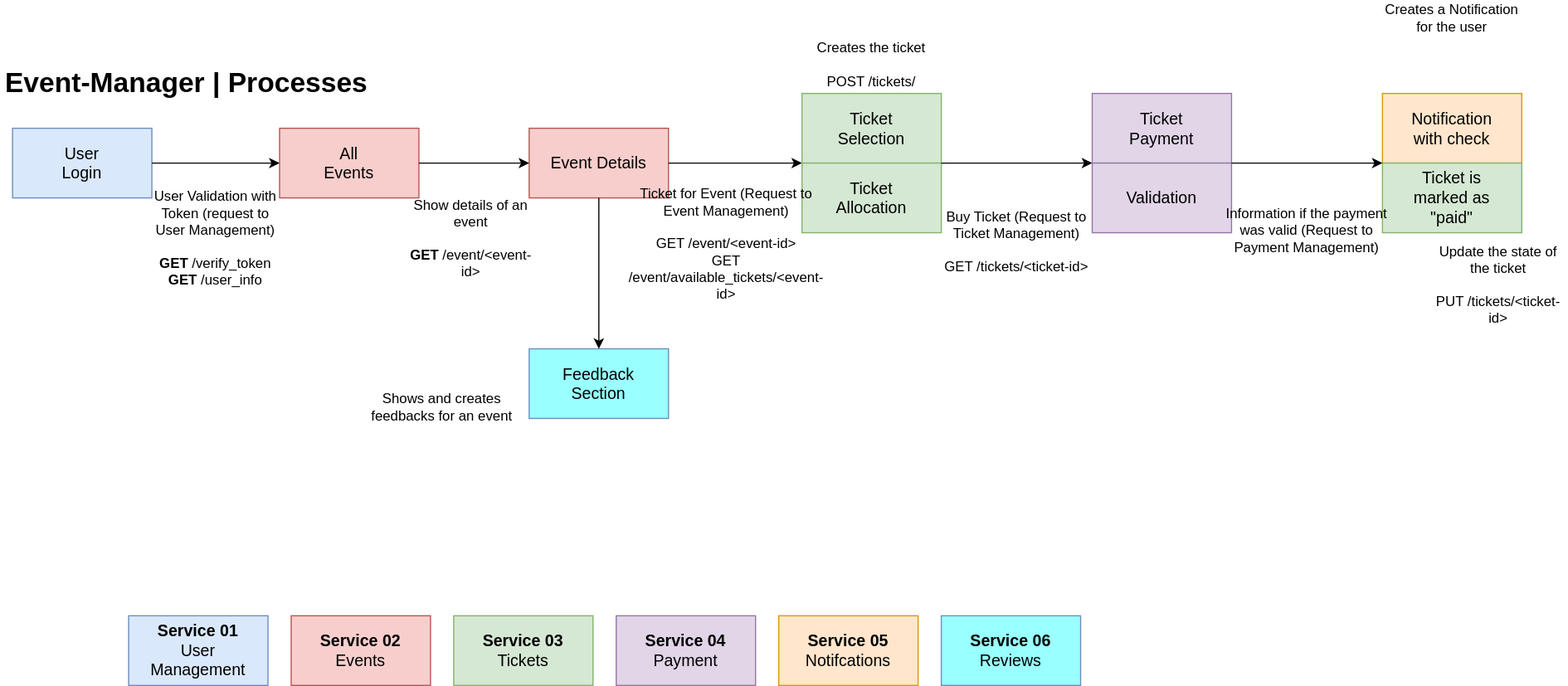
Earlier version of the draw.io export Process_Detailed.drawio.svg (zVSciy/EventManager). Source tidied: cells renumbered, new cells last; positions are measured from the earlier drawing's top-left corner, leaving out a move shared by most shapes.
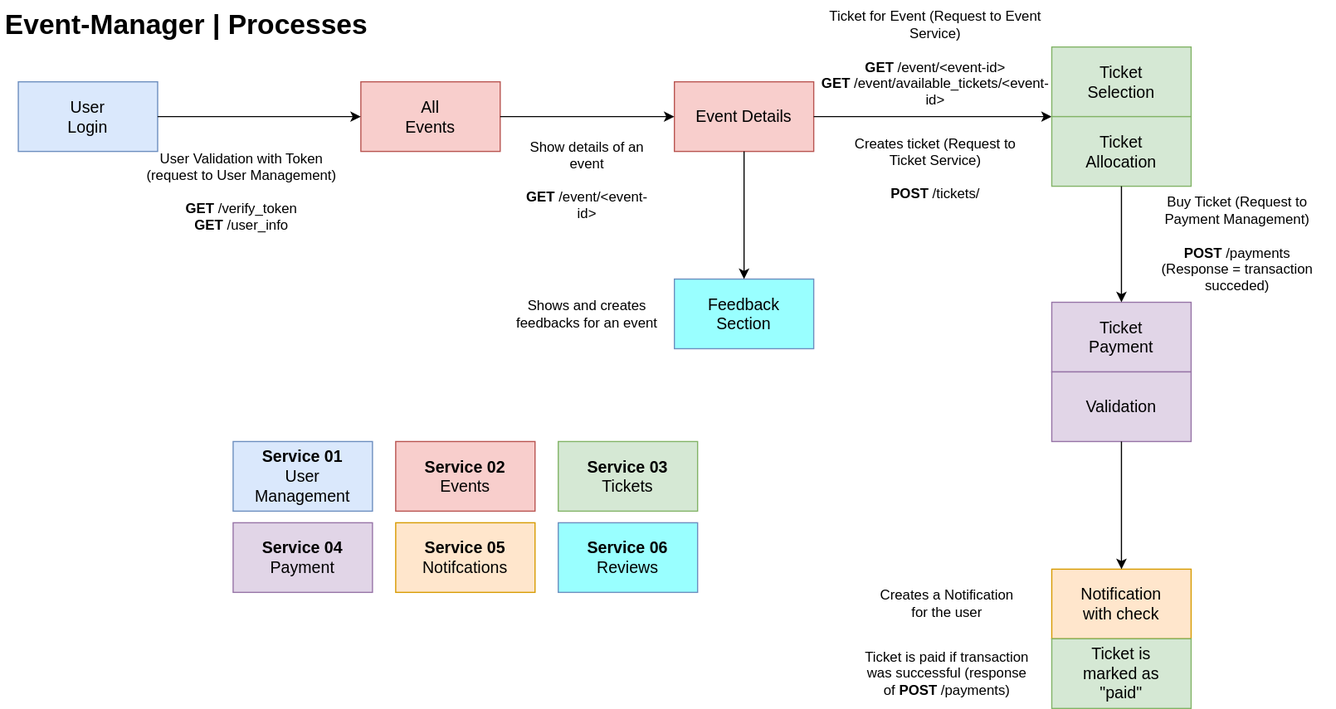
Later version of the same file.

The edit, as a diff of the source:
```diff
@@ -3,10 +3,10 @@
     <mxCell id="0" />
     <mxCell id="1" parent="0" />
     <mxCell id="2" style="rounded=0;whiteSpace=wrap;html=1;fillColor=#dae8fc;strokeColor=#6c8ebf;" parent="1" vertex="1">
-      <mxGeometry x="10" y="110" width="120" height="60" as="geometry" />
+      <mxGeometry x="15" y="120" width="120" height="60" as="geometry" />
     </mxCell>
     <mxCell id="3" style="rounded=0;whiteSpace=wrap;html=1;fillColor=#f8cecc;strokeColor=#b85450;" parent="1" vertex="1">
-      <mxGeometry x="240" y="110" width="120" height="60" as="geometry" />
+      <mxGeometry x="310" y="120" width="120" height="60" as="geometry" />
     </mxCell>
     <mxCell id="4" style="endArrow=classic;html=1;rounded=0;exitX=1;exitY=0.5;exitDx=0;exitDy=0;entryX=0;entryY=0.5;entryDx=0;entryDy=0;" parent="1" edge="1" source="2" target="3">
       <mxGeometry relative="1" as="geometry" />
@@ -15,136 +15,133 @@
       <mxGeometry y="50" width="320" height="40" as="geometry" />
     </mxCell>
     <mxCell id="6" value="&lt;span style=&quot;font-size: 14px;&quot;&gt;User&lt;/span&gt;&lt;br&gt;&lt;div&gt;&lt;font style=&quot;font-size: 14px;&quot;&gt;Login&lt;/font&gt;&lt;/div&gt;" style="text;html=1;align=center;verticalAlign=middle;whiteSpace=wrap;rounded=0;" parent="1" vertex="1">
-      <mxGeometry x="20" y="120" width="100" height="40" as="geometry" />
+      <mxGeometry x="25" y="130" width="100" height="40" as="geometry" />
     </mxCell>
     <mxCell id="7" value="&lt;span style=&quot;font-size: 14px;&quot;&gt;All&lt;/span&gt;&lt;div&gt;&lt;span style=&quot;font-size: 14px;&quot;&gt;Events&lt;/span&gt;&lt;/div&gt;" style="text;html=1;align=center;verticalAlign=middle;whiteSpace=wrap;rounded=0;" parent="1" vertex="1">
-      <mxGeometry x="250" y="120" width="100" height="40" as="geometry" />
+      <mxGeometry x="320" y="130" width="100" height="40" as="geometry" />
     </mxCell>
     <mxCell id="8" style="rounded=0;whiteSpace=wrap;html=1;fillColor=#f8cecc;strokeColor=#b85450;" parent="1" vertex="1">
-      <mxGeometry x="455" y="110" width="120" height="60" as="geometry" />
+      <mxGeometry x="580" y="120" width="120" height="60" as="geometry" />
     </mxCell>
     <mxCell id="9" value="&lt;span style=&quot;font-size: 14px;&quot;&gt;Event Details&lt;/span&gt;" style="text;html=1;align=center;verticalAlign=middle;whiteSpace=wrap;rounded=0;" parent="1" vertex="1">
-      <mxGeometry x="465" y="120" width="100" height="40" as="geometry" />
+      <mxGeometry x="590" y="130" width="100" height="40" as="geometry" />
     </mxCell>
     <mxCell id="10" style="endArrow=classic;html=1;rounded=0;exitX=1;exitY=0.5;exitDx=0;exitDy=0;entryX=0;entryY=0;entryDx=0;entryDy=0;" parent="1" edge="1" source="8" target="31">
       <mxGeometry relative="1" as="geometry" />
     </mxCell>
     <mxCell id="11" style="rounded=0;whiteSpace=wrap;html=1;fillColor=#ffe6cc;strokeColor=#d79b00;" parent="1" vertex="1">
-      <mxGeometry x="1190" y="80" width="120" height="60" as="geometry" />
+      <mxGeometry x="905" y="540" width="120" height="60" as="geometry" />
     </mxCell>
     <mxCell id="12" value="&lt;span style=&quot;font-size: 14px;&quot;&gt;Notification with check&lt;/span&gt;" style="text;html=1;align=center;verticalAlign=middle;whiteSpace=wrap;rounded=0;" parent="1" vertex="1">
-      <mxGeometry x="1200" y="90" width="100" height="40" as="geometry" />
+      <mxGeometry x="915" y="550" width="100" height="40" as="geometry" />
     </mxCell>
     <mxCell id="13" style="rounded=0;whiteSpace=wrap;html=1;fillColor=#d5e8d4;strokeColor=#82b366;" parent="1" vertex="1">
-      <mxGeometry x="1190" y="140" width="120" height="60" as="geometry" />
+      <mxGeometry x="905" y="600" width="120" height="60" as="geometry" />
     </mxCell>
     <mxCell id="14" value="&lt;span style=&quot;font-size: 14px;&quot;&gt;Ticket is marked as &quot;paid&quot;&lt;/span&gt;" style="text;html=1;align=center;verticalAlign=middle;whiteSpace=wrap;rounded=0;" parent="1" vertex="1">
-      <mxGeometry x="1200" y="150" width="100" height="40" as="geometry" />
+      <mxGeometry x="915" y="610" width="100" height="40" as="geometry" />
     </mxCell>
     <mxCell id="15" style="rounded=0;whiteSpace=wrap;html=1;fillColor=#dae8fc;strokeColor=#6c8ebf;" parent="1" vertex="1">
-      <mxGeometry x="110" y="530" width="120" height="60" as="geometry" />
+      <mxGeometry x="200" y="430" width="120" height="60" as="geometry" />
     </mxCell>
     <mxCell id="16" value="&lt;span style=&quot;font-size: 14px;&quot;&gt;&lt;b&gt;Service 01&lt;/b&gt;&lt;/span&gt;&lt;div&gt;&lt;span style=&quot;font-size: 14px;&quot;&gt;User Management&lt;/span&gt;&lt;/div&gt;" style="text;html=1;align=center;verticalAlign=middle;whiteSpace=wrap;rounded=0;" parent="1" vertex="1">
-      <mxGeometry x="120" y="540" width="100" height="40" as="geometry" />
+      <mxGeometry x="210" y="440" width="100" height="40" as="geometry" />
     </mxCell>
     <mxCell id="17" style="rounded=0;whiteSpace=wrap;html=1;fillColor=#f8cecc;strokeColor=#b85450;" parent="1" vertex="1">
-      <mxGeometry x="250" y="530" width="120" height="60" as="geometry" />
+      <mxGeometry x="340" y="430" width="120" height="60" as="geometry" />
     </mxCell>
     <mxCell id="18" value="&lt;span style=&quot;font-size: 14px;&quot;&gt;&lt;b&gt;Service 02&lt;/b&gt;&lt;/span&gt;&lt;div&gt;&lt;span style=&quot;font-size: 14px;&quot;&gt;Events&lt;/span&gt;&lt;/div&gt;" style="text;html=1;align=center;verticalAlign=middle;whiteSpace=wrap;rounded=0;" parent="1" vertex="1">
-      <mxGeometry x="260" y="540" width="100" height="40" as="geometry" />
+      <mxGeometry x="350" y="440" width="100" height="40" as="geometry" />
     </mxCell>
     <mxCell id="19" style="rounded=0;whiteSpace=wrap;html=1;fillColor=#d5e8d4;strokeColor=#82b366;" parent="1" vertex="1">
-      <mxGeometry x="390" y="530" width="120" height="60" as="geometry" />
+      <mxGeometry x="480" y="430" width="120" height="60" as="geometry" />
     </mxCell>
     <mxCell id="20" value="&lt;span style=&quot;font-size: 14px;&quot;&gt;&lt;b&gt;Service 03&lt;/b&gt;&lt;/span&gt;&lt;div&gt;&lt;span style=&quot;font-size: 14px; background-color: initial;&quot;&gt;Tickets&lt;/span&gt;&lt;/div&gt;" style="text;html=1;align=center;verticalAlign=middle;whiteSpace=wrap;rounded=0;" parent="1" vertex="1">
-      <mxGeometry x="400" y="540" width="100" height="40" as="geometry" />
+      <mxGeometry x="490" y="440" width="100" height="40" as="geometry" />
     </mxCell>
     <mxCell id="21" style="rounded=0;whiteSpace=wrap;html=1;fillColor=#e1d5e7;strokeColor=#9673a6;" parent="1" vertex="1">
-      <mxGeometry x="530" y="530" width="120" height="60" as="geometry" />
+      <mxGeometry x="200" y="500" width="120" height="60" as="geometry" />
     </mxCell>
     <mxCell id="22" value="&lt;div&gt;&lt;span style=&quot;font-size: 14px;&quot;&gt;&lt;b&gt;Service 04&lt;/b&gt;&lt;/span&gt;&lt;/div&gt;&lt;span style=&quot;font-size: 14px;&quot;&gt;Payment&lt;/span&gt;" style="text;html=1;align=center;verticalAlign=middle;whiteSpace=wrap;rounded=0;" parent="1" vertex="1">
-      <mxGeometry x="540" y="540" width="100" height="40" as="geometry" />
+      <mxGeometry x="210" y="510" width="100" height="40" as="geometry" />
     </mxCell>
     <mxCell id="23" style="rounded=0;whiteSpace=wrap;html=1;fillColor=#ffe6cc;strokeColor=#d79b00;" parent="1" vertex="1">
-      <mxGeometry x="670" y="530" width="120" height="60" as="geometry" />
+      <mxGeometry x="340" y="500" width="120" height="60" as="geometry" />
     </mxCell>
     <mxCell id="24" value="&lt;span style=&quot;font-size: 14px;&quot;&gt;&lt;b&gt;Service 05&lt;/b&gt;&lt;/span&gt;&lt;div&gt;&lt;span style=&quot;font-size: 14px;&quot;&gt;Notifcations&lt;/span&gt;&lt;/div&gt;" style="text;html=1;align=center;verticalAlign=middle;whiteSpace=wrap;rounded=0;" parent="1" vertex="1">
-      <mxGeometry x="680" y="540" width="100" height="40" as="geometry" />
+      <mxGeometry x="350" y="510" width="100" height="40" as="geometry" />
     </mxCell>
     <mxCell id="25" style="rounded=0;whiteSpace=wrap;html=1;fillColor=#99FFFF;strokeColor=#6c8ebf;" parent="1" vertex="1">
-      <mxGeometry x="810" y="530" width="120" height="60" as="geometry" />
+      <mxGeometry x="480" y="500" width="120" height="60" as="geometry" />
     </mxCell>
     <mxCell id="26" value="&lt;span style=&quot;font-size: 14px;&quot;&gt;&lt;b&gt;Service 06&lt;/b&gt;&lt;/span&gt;&lt;div&gt;&lt;span style=&quot;font-size: 14px;&quot;&gt;Reviews&lt;/span&gt;&lt;/div&gt;" style="text;html=1;align=center;verticalAlign=middle;whiteSpace=wrap;rounded=0;" parent="1" vertex="1">
-      <mxGeometry x="820" y="540" width="100" height="40" as="geometry" />
+      <mxGeometry x="490" y="510" width="100" height="40" as="geometry" />
     </mxCell>
     <mxCell id="27" style="rounded=0;whiteSpace=wrap;html=1;fillColor=#d5e8d4;strokeColor=#82b366;" parent="1" vertex="1">
-      <mxGeometry x="690" y="80" width="120" height="60" as="geometry" />
+      <mxGeometry x="905" y="90" width="120" height="60" as="geometry" />
     </mxCell>
     <mxCell id="28" value="&lt;span style=&quot;font-size: 14px;&quot;&gt;Ticket&lt;/span&gt;&lt;div&gt;&lt;span style=&quot;font-size: 14px;&quot;&gt;Selection&lt;/span&gt;&lt;/div&gt;" style="text;html=1;align=center;verticalAlign=middle;whiteSpace=wrap;rounded=0;" parent="1" vertex="1">
-      <mxGeometry x="700" y="90" width="100" height="40" as="geometry" />
+      <mxGeometry x="915" y="100" width="100" height="40" as="geometry" />
     </mxCell>
     <mxCell id="29" style="rounded=0;whiteSpace=wrap;html=1;fillColor=#e1d5e7;strokeColor=#9673a6;" parent="1" vertex="1">
-      <mxGeometry x="940" y="80" width="120" height="60" as="geometry" />
+      <mxGeometry x="905" y="310" width="120" height="60" as="geometry" />
     </mxCell>
     <mxCell id="30" value="&lt;div&gt;&lt;span style=&quot;font-size: 14px;&quot;&gt;Ticket&lt;/span&gt;&lt;/div&gt;&lt;span style=&quot;font-size: 14px;&quot;&gt;Payment&lt;/span&gt;" style="text;html=1;align=center;verticalAlign=middle;whiteSpace=wrap;rounded=0;" parent="1" vertex="1">
-      <mxGeometry x="950" y="90" width="100" height="40" as="geometry" />
+      <mxGeometry x="915" y="320" width="100" height="40" as="geometry" />
     </mxCell>
     <mxCell id="31" style="rounded=0;whiteSpace=wrap;html=1;fillColor=#d5e8d4;strokeColor=#82b366;" parent="1" vertex="1">
-      <mxGeometry x="690" y="140" width="120" height="60" as="geometry" />
+      <mxGeometry x="905" y="150" width="120" height="60" as="geometry" />
     </mxCell>
     <mxCell id="32" value="&lt;span style=&quot;font-size: 14px;&quot;&gt;Ticket Allocation&lt;/span&gt;" style="text;html=1;align=center;verticalAlign=middle;whiteSpace=wrap;rounded=0;" parent="1" vertex="1">
-      <mxGeometry x="700" y="150" width="100" height="40" as="geometry" />
+      <mxGeometry x="915" y="160" width="100" height="40" as="geometry" />
     </mxCell>
-    <mxCell id="33" style="endArrow=classic;html=1;rounded=0;exitX=1;exitY=0;exitDx=0;exitDy=0;entryX=0;entryY=1;entryDx=0;entryDy=0;" parent="1" edge="1" source="31" target="29">
+    <mxCell id="33" style="endArrow=classic;html=1;rounded=0;exitX=0.5;exitY=1;exitDx=0;exitDy=0;entryX=0.5;entryY=0;entryDx=0;entryDy=0;" parent="1" edge="1" source="31" target="29">
       <mxGeometry relative="1" as="geometry" />
     </mxCell>
     <mxCell id="34" style="rounded=0;whiteSpace=wrap;html=1;fillColor=#e1d5e7;strokeColor=#9673a6;" parent="1" vertex="1">
-      <mxGeometry x="940" y="140" width="120" height="60" as="geometry" />
+      <mxGeometry x="905" y="370" width="120" height="60" as="geometry" />
     </mxCell>
     <mxCell id="35" value="&lt;div&gt;&lt;span style=&quot;font-size: 14px;&quot;&gt;Validation&lt;/span&gt;&lt;/div&gt;" style="text;html=1;align=center;verticalAlign=middle;whiteSpace=wrap;rounded=0;" parent="1" vertex="1">
-      <mxGeometry x="950" y="150" width="100" height="40" as="geometry" />
+      <mxGeometry x="915" y="380" width="100" height="40" as="geometry" />
     </mxCell>
     <mxCell id="36" style="rounded=0;whiteSpace=wrap;html=1;fillColor=#99FFFF;strokeColor=#6c8ebf;" parent="1" vertex="1">
-      <mxGeometry x="455" y="300" width="120" height="60" as="geometry" />
+      <mxGeometry x="580" y="290" width="120" height="60" as="geometry" />
     </mxCell>
     <mxCell id="37" value="&lt;span style=&quot;font-size: 14px;&quot;&gt;Feedback&lt;/span&gt;&lt;div&gt;&lt;span style=&quot;font-size: 14px;&quot;&gt;Section&lt;/span&gt;&lt;/div&gt;" style="text;html=1;align=center;verticalAlign=middle;whiteSpace=wrap;rounded=0;" parent="1" vertex="1">
-      <mxGeometry x="465" y="310" width="100" height="40" as="geometry" />
+      <mxGeometry x="590" y="300" width="100" height="40" as="geometry" />
     </mxCell>
-    <mxCell id="38" style="endArrow=classic;html=1;rounded=0;exitX=1;exitY=0;exitDx=0;exitDy=0;entryX=0;entryY=0;entryDx=0;entryDy=0;" parent="1" edge="1" source="34" target="13">
+    <mxCell id="38" style="endArrow=classic;html=1;rounded=0;exitX=0.5;exitY=1;exitDx=0;exitDy=0;entryX=0.5;entryY=0;entryDx=0;entryDy=0;" parent="1" edge="1" source="34" target="11">
       <mxGeometry relative="1" as="geometry" />
     </mxCell>
     <mxCell id="39" value="User Validation with Token (request to User Management)&lt;div&gt;&lt;br&gt;&lt;/div&gt;&lt;div&gt;&lt;b&gt;GET&lt;/b&gt; /verify_token&lt;/div&gt;&lt;div&gt;&lt;b&gt;GET &lt;/b&gt;/user_info&lt;/div&gt;" style="text;html=1;align=center;verticalAlign=middle;whiteSpace=wrap;rounded=0;" parent="1" vertex="1">
-      <mxGeometry x="130" y="170" width="110" height="70" as="geometry" />
+      <mxGeometry x="120" y="180" width="175" height="70" as="geometry" />
     </mxCell>
     <mxCell id="40" style="endArrow=classic;html=1;rounded=0;exitX=1;exitY=0.5;exitDx=0;exitDy=0;entryX=0;entryY=0.5;entryDx=0;entryDy=0;" parent="1" edge="1" source="3" target="8">
       <mxGeometry relative="1" as="geometry" />
     </mxCell>
     <mxCell id="41" value="&lt;div&gt;Show details of an event&lt;/div&gt;&lt;div&gt;&lt;br&gt;&lt;/div&gt;&lt;div&gt;&lt;b&gt;GET &lt;/b&gt;/event/&amp;lt;event-id&amp;gt;&lt;/div&gt;" style="text;html=1;align=center;verticalAlign=middle;whiteSpace=wrap;rounded=0;" parent="1" vertex="1">
-      <mxGeometry x="350" y="170" width="110" height="70" as="geometry" />
+      <mxGeometry x="450" y="170" width="110" height="70" as="geometry" />
     </mxCell>
     <mxCell id="42" style="endArrow=classic;html=1;rounded=0;exitX=0.5;exitY=1;exitDx=0;exitDy=0;entryX=0.5;entryY=0;entryDx=0;entryDy=0;" parent="1" edge="1" source="8" target="36">
       <mxGeometry relative="1" as="geometry" />
     </mxCell>
-    <mxCell id="43" value="&lt;div&gt;Ticket for Event (Request to Event Management)&lt;/div&gt;&lt;div&gt;&lt;br&gt;&lt;/div&gt;&lt;div&gt;GET /event/&amp;lt;event-id&amp;gt;&lt;/div&gt;&lt;div&gt;GET /event/available_tickets/&amp;lt;event-id&amp;gt;&lt;br&gt;&lt;/div&gt;" style="text;html=1;align=center;verticalAlign=middle;whiteSpace=wrap;rounded=0;" parent="1" vertex="1">
-      <mxGeometry x="550" y="170" width="150" height="80" as="geometry" />
+    <mxCell id="43" value="&lt;div&gt;Ticket for Event (Request to Event Service)&lt;/div&gt;&lt;div&gt;&lt;br&gt;&lt;/div&gt;&lt;div&gt;&lt;b&gt;GET &lt;/b&gt;/event/&amp;lt;event-id&amp;gt;&lt;/div&gt;&lt;div&gt;&lt;b style=&quot;background-color: initial;&quot;&gt;GET&amp;nbsp;&lt;/b&gt;&lt;span style=&quot;background-color: initial;&quot;&gt;/event/available_tickets/&amp;lt;event-id&amp;gt;&lt;/span&gt;&lt;br&gt;&lt;/div&gt;" style="text;html=1;align=center;verticalAlign=middle;whiteSpace=wrap;rounded=0;" parent="1" vertex="1">
+      <mxGeometry x="700" y="50" width="210" height="100" as="geometry" />
     </mxCell>
-    <mxCell id="44" value="&lt;div&gt;Buy Ticket (Request to Ticket Management)&lt;/div&gt;&lt;div&gt;&lt;br&gt;&lt;/div&gt;&lt;div&gt;GET /tickets/&amp;lt;ticket-id&amp;gt;&lt;/div&gt;&lt;div&gt;&lt;br&gt;&lt;/div&gt;" style="text;html=1;align=center;verticalAlign=middle;whiteSpace=wrap;rounded=0;" parent="1" vertex="1">
-      <mxGeometry x="800" y="200" width="150" height="30" as="geometry" />
+    <mxCell id="44" value="&lt;div&gt;Buy Ticket (Request to Payment Management)&lt;/div&gt;&lt;div&gt;&lt;b style=&quot;background-color: initial;&quot;&gt;&lt;br&gt;&lt;/b&gt;&lt;/div&gt;&lt;div&gt;&lt;b&gt;POST&lt;/b&gt; /payments&lt;/div&gt;&lt;div&gt;(Response = transaction succeded)&lt;/div&gt;" style="text;html=1;align=center;verticalAlign=middle;whiteSpace=wrap;rounded=0;" parent="1" vertex="1">
+      <mxGeometry x="980" y="220" width="170" height="80" as="geometry" />
     </mxCell>
-    <mxCell id="45" value="&lt;div&gt;Information if the payment was valid (Request to Payment Management)&lt;/div&gt;&lt;div&gt;&lt;br&gt;&lt;/div&gt;" style="text;html=1;align=center;verticalAlign=middle;whiteSpace=wrap;rounded=0;" parent="1" vertex="1">
-      <mxGeometry x="1050" y="190" width="150" height="30" as="geometry" />
+    <mxCell id="45" value="Ticket is paid if transaction was successful (response of &lt;b&gt;POST&lt;/b&gt; /payments)" style="text;html=1;align=center;verticalAlign=middle;whiteSpace=wrap;rounded=0;" parent="1" vertex="1">
+      <mxGeometry x="740" y="600" width="150" height="60" as="geometry" />
     </mxCell>
-    <mxCell id="46" value="&lt;div&gt;Creates the ticket &lt;br&gt;&lt;/div&gt;&lt;div&gt;&lt;br&gt;&lt;/div&gt;&lt;div&gt;POST /tickets/&lt;br&gt;&lt;/div&gt;" style="text;html=1;align=center;verticalAlign=middle;whiteSpace=wrap;rounded=0;" parent="1" vertex="1">
-      <mxGeometry x="675" y="40" width="150" height="30" as="geometry" />
+    <mxCell id="46" value="&lt;div&gt;Creates&amp;nbsp;&lt;span style=&quot;background-color: initial;&quot;&gt;ticket (Request to Ticket Service)&lt;/span&gt;&lt;/div&gt;&lt;div&gt;&lt;br&gt;&lt;/div&gt;&lt;div&gt;&lt;b&gt;POST &lt;/b&gt;/tickets/&lt;br&gt;&lt;/div&gt;" style="text;html=1;align=center;verticalAlign=middle;whiteSpace=wrap;rounded=0;" parent="1" vertex="1">
+      <mxGeometry x="730" y="150" width="150" height="90" as="geometry" />
     </mxCell>
-    <mxCell id="47" value="&lt;div&gt;Update the state of the ticket&lt;/div&gt;&lt;div&gt;&lt;br&gt;&lt;/div&gt;&lt;div&gt;PUT /tickets/&amp;lt;ticket-id&amp;gt;&lt;br&gt;&lt;/div&gt;" style="text;html=1;align=center;verticalAlign=middle;whiteSpace=wrap;rounded=0;" parent="1" vertex="1">
-      <mxGeometry x="1230" y="230" width="120" height="30" as="geometry" />
-    </mxCell>
     <mxCell id="48" value="Creates a Notification for the user" style="text;html=1;align=center;verticalAlign=middle;whiteSpace=wrap;rounded=0;" parent="1" vertex="1">
-      <mxGeometry x="1190" width="120" height="30" as="geometry" />
+      <mxGeometry x="755" y="555" width="120" height="30" as="geometry" />
     </mxCell>
     <mxCell id="49" value="Shows and creates feedbacks for an event" style="text;html=1;align=center;verticalAlign=middle;whiteSpace=wrap;rounded=0;" parent="1" vertex="1">
-      <mxGeometry x="305" y="310" width="150" height="80" as="geometry" />
+      <mxGeometry x="430" y="290" width="150" height="60" as="geometry" />
     </mxCell>
   </root>
 </mxGraphModel>
```
